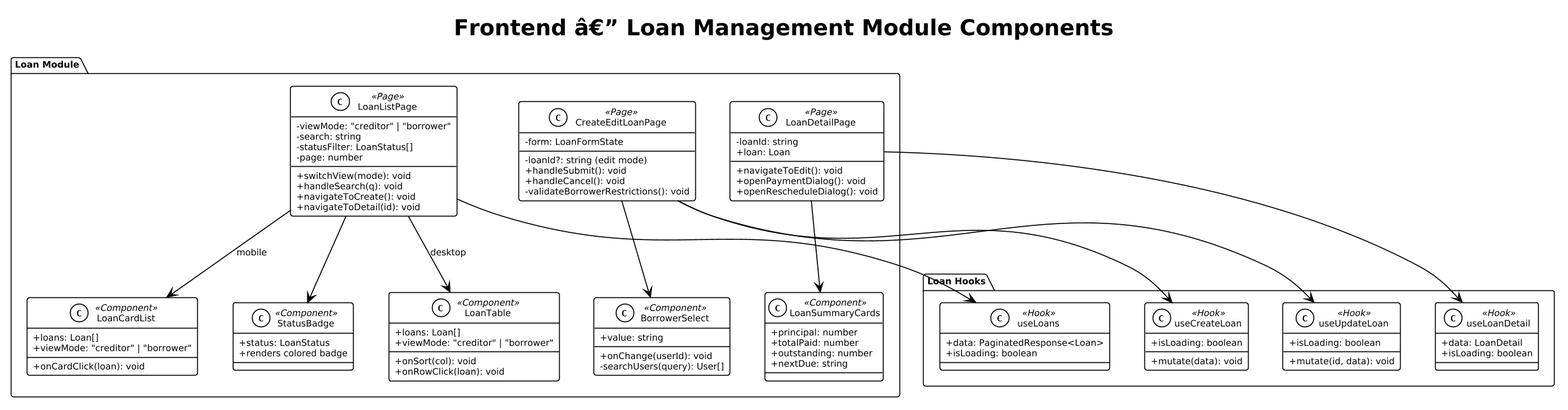
The PlantUML diagram docs/detailed-designs/diagrams/rendered/fe_class_loan.png in QuinntyneBrown/LendQ, before a commit. The source it was exported from:
```plantuml
@startuml
!theme plain
skinparam dpi 150
skinparam defaultFontSize 9
skinparam classAttributeIconSize 0

title Frontend â€” Loan Management Module Components

package "Loan Module" {
  class LoanListPage <<Page>> {
    -viewMode: "creditor" | "borrower"
    -search: string
    -statusFilter: LoanStatus[]
    -page: number
    +switchView(mode): void
    +handleSearch(q): void
    +navigateToCreate(): void
    +navigateToDetail(id): void
  }

  class LoanTable <<Component>> {
    +loans: Loan[]
    +viewMode: "creditor" | "borrower"
    +onSort(col): void
    +onRowClick(loan): void
  }

  class LoanCardList <<Component>> {
    +loans: Loan[]
    +viewMode: "creditor" | "borrower"
    +onCardClick(loan): void
  }

  class StatusBadge <<Component>> {
    +status: LoanStatus
    +renders colored badge
  }

  class CreateEditLoanPage <<Page>> {
    -loanId?: string (edit mode)
    -form: LoanFormState
    +handleSubmit(): void
    +handleCancel(): void
    -validateBorrowerRestrictions(): void
  }

  class LoanDetailPage <<Page>> {
    -loanId: string
    +loan: Loan
    +navigateToEdit(): void
    +openPaymentDialog(): void
    +openRescheduleDialog(): void
  }

  class LoanSummaryCards <<Component>> {
    +principal: number
    +totalPaid: number
    +outstanding: number
    +nextDue: string
  }

  class BorrowerSelect <<Component>> {
    +value: string
    +onChange(userId): void
    -searchUsers(query): User[]
  }
}

package "Loan Hooks" {
  class useLoans <<Hook>> {
    +data: PaginatedResponse<Loan>
    +isLoading: boolean
  }

  class useLoanDetail <<Hook>> {
    +data: LoanDetail
    +isLoading: boolean
  }

  class useCreateLoan <<Hook>> {
    +mutate(data): void
    +isLoading: boolean
  }

  class useUpdateLoan <<Hook>> {
    +mutate(id, data): void
    +isLoading: boolean
  }
}

LoanListPage --> LoanTable : desktop
LoanListPage --> LoanCardList : mobile
LoanListPage --> StatusBadge
LoanListPage --> useLoans
LoanDetailPage --> LoanSummaryCards
LoanDetailPage --> useLoanDetail
CreateEditLoanPage --> BorrowerSelect
CreateEditLoanPage --> useCreateLoan
CreateEditLoanPage --> useUpdateLoan
@enduml
```
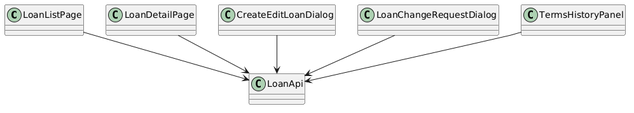
The same diagram one commit later.

What changed in the source:
```diff
@@ -1,100 +1,15 @@
 @startuml
-!theme plain
-skinparam dpi 150
-skinparam defaultFontSize 9
 skinparam classAttributeIconSize 0
+class LoanListPage
+class LoanDetailPage
+class CreateEditLoanDialog
+class LoanChangeRequestDialog
+class TermsHistoryPanel
+class LoanApi
 
-title Frontend â€” Loan Management Module Components
-
-package "Loan Module" {
-  class LoanListPage <<Page>> {
-    -viewMode: "creditor" | "borrower"
-    -search: string
-    -statusFilter: LoanStatus[]
-    -page: number
-    +switchView(mode): void
-    +handleSearch(q): void
-    +navigateToCreate(): void
-    +navigateToDetail(id): void
-  }
-
-  class LoanTable <<Component>> {
-    +loans: Loan[]
-    +viewMode: "creditor" | "borrower"
-    +onSort(col): void
-    +onRowClick(loan): void
-  }
-
-  class LoanCardList <<Component>> {
-    +loans: Loan[]
-    +viewMode: "creditor" | "borrower"
-    +onCardClick(loan): void
-  }
-
-  class StatusBadge <<Component>> {
-    +status: LoanStatus
-    +renders colored badge
-  }
-
-  class CreateEditLoanPage <<Page>> {
-    -loanId?: string (edit mode)
-    -form: LoanFormState
-    +handleSubmit(): void
-    +handleCancel(): void
-    -validateBorrowerRestrictions(): void
-  }
-
-  class LoanDetailPage <<Page>> {
-    -loanId: string
-    +loan: Loan
-    +navigateToEdit(): void
-    +openPaymentDialog(): void
-    +openRescheduleDialog(): void
-  }
-
-  class LoanSummaryCards <<Component>> {
-    +principal: number
-    +totalPaid: number
-    +outstanding: number
-    +nextDue: string
-  }
-
-  class BorrowerSelect <<Component>> {
-    +value: string
-    +onChange(userId): void
-    -searchUsers(query): User[]
-  }
-}
-
-package "Loan Hooks" {
-  class useLoans <<Hook>> {
-    +data: PaginatedResponse<Loan>
-    +isLoading: boolean
-  }
-
-  class useLoanDetail <<Hook>> {
-    +data: LoanDetail
-    +isLoading: boolean
-  }
-
-  class useCreateLoan <<Hook>> {
-    +mutate(data): void
-    +isLoading: boolean
-  }
-
-  class useUpdateLoan <<Hook>> {
-    +mutate(id, data): void
-    +isLoading: boolean
-  }
-}
-
-LoanListPage --> LoanTable : desktop
-LoanListPage --> LoanCardList : mobile
-LoanListPage --> StatusBadge
-LoanListPage --> useLoans
-LoanDetailPage --> LoanSummaryCards
-LoanDetailPage --> useLoanDetail
-CreateEditLoanPage --> BorrowerSelect
-CreateEditLoanPage --> useCreateLoan
-CreateEditLoanPage --> useUpdateLoan
+LoanListPage --> LoanApi
+LoanDetailPage --> LoanApi
+CreateEditLoanDialog --> LoanApi
+LoanChangeRequestDialog --> LoanApi
+TermsHistoryPanel --> LoanApi
 @enduml
```
